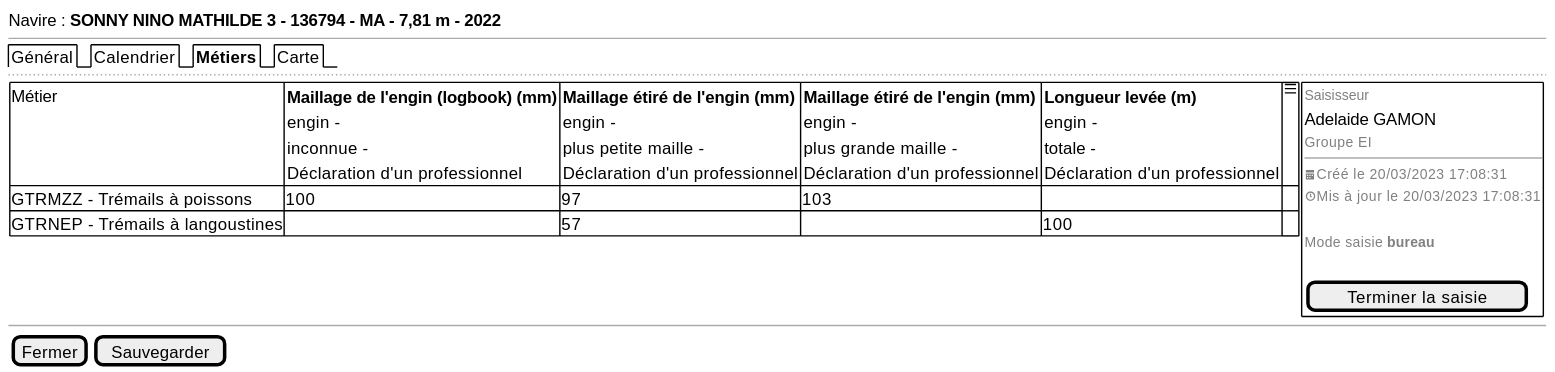
This is projects/activity-calendar/spe/images/activity-calendar-metiers.svg from sumaris-net/sumaris-doc, a PlantUML export, as it was before one commit.
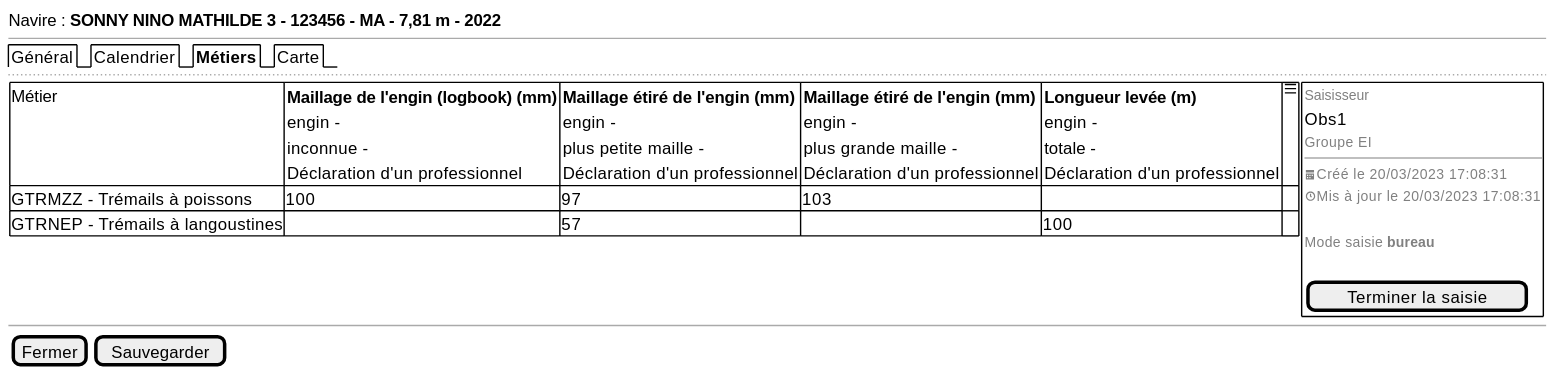
Above is the later version.

Change to the diagram source:
```diff
@@ -1,6 +1,6 @@
 @startsalt
 {
-  Navire : <b>SONNY NINO MATHILDE 3 - 136794 - MA - 7,81 m - 2022
+  Navire : <b>SONNY NINO MATHILDE 3 - 123456 - MA - 7,81 m - 2022
   --
   {/ Général | Calendrier | <b>Métiers | Carte}
   ..
@@ -26,7 +26,7 @@
      GTRNEP - Trémails à langoustines | . | 57 | . | 100 | .
   } | {+
               { <font color=grey size=10>Saisisseur
-              Adelaide GAMON
+              Obs1
               <font color=grey size=10>Groupe EI
               --
               <font color=grey size=10><&calendar>Créé le 20/03/2023 17:08:31
```
